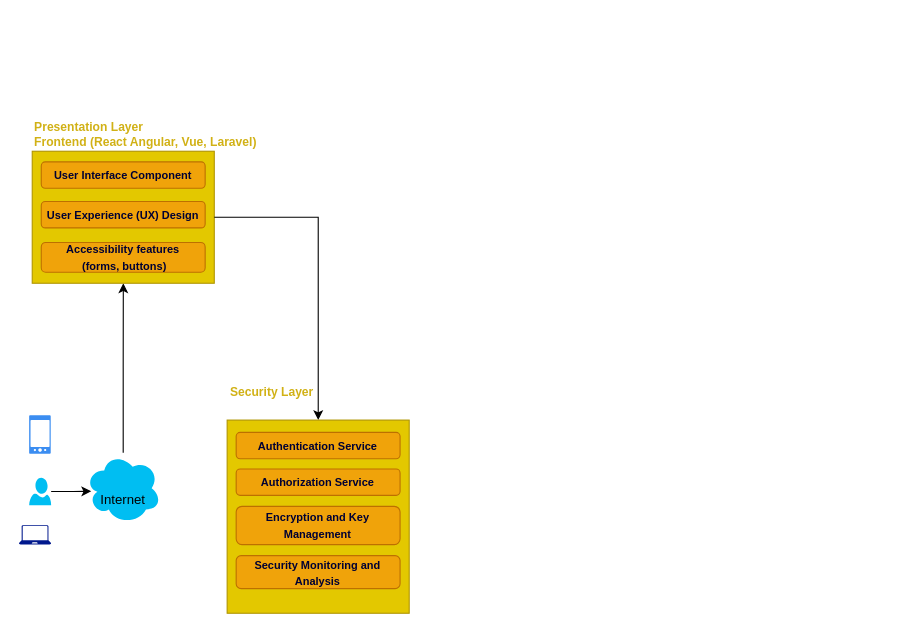
This is IMS.drawio from dabiko/draw-io, a draw.io file, before an edit. Source tidied: cells renumbered, new cells numbered last; positions are measured from the earlier drawing's top-left corner, leaving out a move shared by most shapes. Both pictures are drawn from the tidied source at 110%, with x=0, y=0 at pixel (19, 118).
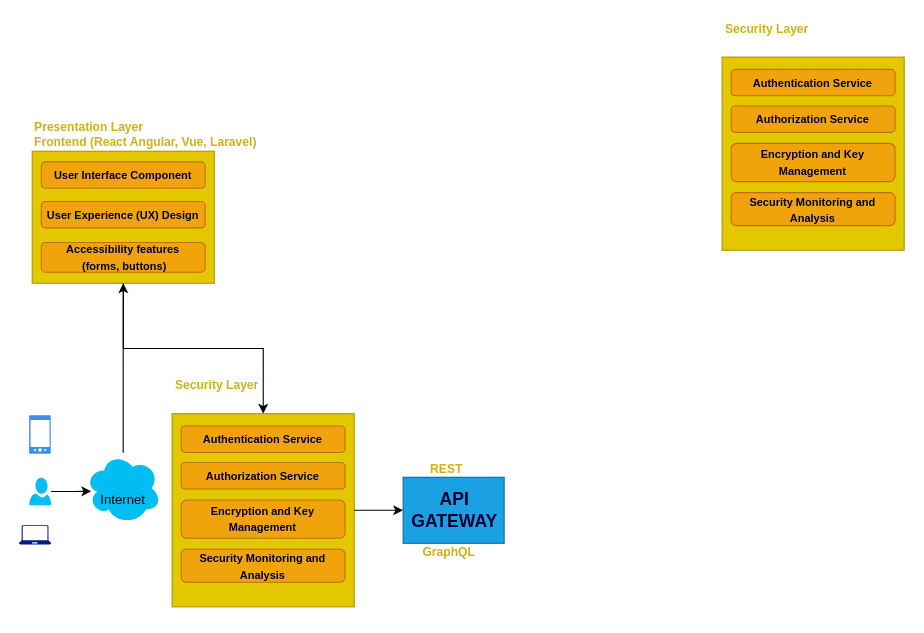
After the change.

Commit message:
API gateway

The change refers to these unchanged cells:
```xml
<mxCell id="17" style="whiteSpace=wrap;html=1;verticalAlign=top;fillColor=#e3c800;strokeColor=#B09500;fontColor=#000000;" parent="16" vertex="1">
  <mxGeometry y="34.4" width="165.5" height="175.6" as="geometry" />
</mxCell>
```

What changed in the source:
```diff
@@
     <mxCell id="16" style="group;" parent="1" vertex="1">
-      <mxGeometry x="189" y="240" width="165.5" height="210" as="geometry" />
+      <mxGeometry x="139" y="234.2" width="165.5" height="210" as="geometry" />
     </mxCell>
@@
+    <mxCell id="23" style="whiteSpace=wrap;html=1;verticalAlign=top;fillColor=#e3c800;strokeColor=#B09500;fontColor=#000000;" parent="1" vertex="1">
+      <mxGeometry x="639" y="-55.6" width="165.5" height="175.6" as="geometry" />
+    </mxCell>
+    <mxCell id="24" value="&lt;font size=&quot;1&quot; color=&quot;#000033&quot;&gt;&lt;b style=&quot;&quot;&gt;Authentication Service&lt;/b&gt;&lt;/font&gt;" style="rounded=1;whiteSpace=wrap;html=1;fillColor=#f0a30a;fontColor=#000000;strokeColor=#BD7000;" parent="1" vertex="1">
+      <mxGeometry x="647.2" y="-44.4" width="149" height="24" as="geometry" />
+    </mxCell>
+    <mxCell id="25" value="&lt;font size=&quot;1&quot; color=&quot;#000033&quot;&gt;&lt;b style=&quot;&quot;&gt;Authorization Service&lt;/b&gt;&lt;/font&gt;" style="rounded=1;whiteSpace=wrap;html=1;fillColor=#f0a30a;fontColor=#000000;strokeColor=#BD7000;" parent="1" vertex="1">
+      <mxGeometry x="647.2" y="-11.2" width="149" height="24" as="geometry" />
+    </mxCell>
+    <mxCell id="26" value="&lt;b style=&quot;color: rgb(0, 0, 51);&quot;&gt;&lt;font style=&quot;font-size: 10px;&quot;&gt;Encryption and Key Management&lt;/font&gt;&lt;/b&gt;" style="rounded=1;whiteSpace=wrap;html=1;fillColor=#f0a30a;fontColor=#000000;strokeColor=#BD7000;" parent="1" vertex="1">
+      <mxGeometry x="647.2" y="22.8" width="149" height="34.8" as="geometry" />
+    </mxCell>
+    <mxCell id="27" value="&lt;font color=&quot;#000033&quot;&gt;&lt;span style=&quot;font-size: 10px;&quot;&gt;&lt;b&gt;Security Monitoring and Analysis&lt;/b&gt;&lt;/span&gt;&lt;/font&gt;" style="rounded=1;whiteSpace=wrap;html=1;fillColor=#f0a30a;fontColor=#000000;strokeColor=#BD7000;" parent="1" vertex="1">
+      <mxGeometry x="647.2" y="67.6" width="149" height="30" as="geometry" />
+    </mxCell>
+    <mxCell id="28" value="&lt;span style=&quot;color: rgb(209, 177, 21); font-weight: 700; text-wrap: nowrap; font-size: 11px;&quot;&gt;&lt;font style=&quot;font-size: 11px;&quot;&gt;Security Layer&lt;/font&gt;&lt;/span&gt;&lt;div style=&quot;color: rgb(209, 177, 21); font-weight: 700; text-wrap: nowrap; font-size: 11px;&quot;&gt;&lt;br&gt;&lt;/div&gt;" style="text;html=1;align=left;verticalAlign=middle;whiteSpace=wrap;rounded=0;" parent="1" vertex="1">
+      <mxGeometry x="639.5" y="-90" width="90" height="30" as="geometry" />
+    </mxCell>
+    <mxCell id="29" style="edgeStyle=orthogonalEdgeStyle;rounded=0;jettySize=auto;html=1;" parent="1" edge="1" source="17" target="31">
+      <mxGeometry relative="1" as="geometry" />
+    </mxCell>
+    <mxCell id="30" style="group;" parent="1" vertex="1">
+      <mxGeometry x="349" y="326.4" width="91.8" height="60" as="geometry" />
+    </mxCell>
+    <mxCell id="31" style="whiteSpace=wrap;html=1;verticalAlign=top;fillColor=#1ba1e2;strokeColor=#006EAF;fontColor=#ffffff;" parent="30" vertex="1">
+      <mxGeometry width="91.8" height="60" as="geometry" />
+    </mxCell>
+    <mxCell id="32" value="&lt;div style=&quot;font-weight: 700; text-wrap: nowrap; font-size: 16px;&quot;&gt;&lt;font style=&quot;font-size: 16px;&quot; color=&quot;#000033&quot;&gt;API &lt;br&gt;GATEWAY&lt;/font&gt;&lt;/div&gt;" style="text;html=1;align=center;verticalAlign=middle;whiteSpace=wrap;rounded=0;" parent="30" vertex="1">
+      <mxGeometry x="1.8" y="15" width="90" height="30" as="geometry" />
+    </mxCell>
+    <mxCell id="33" value="&lt;div style=&quot;color: rgb(209, 177, 21); font-weight: 700; text-wrap: nowrap; font-size: 11px;&quot;&gt;REST&lt;/div&gt;" style="text;html=1;align=left;verticalAlign=middle;whiteSpace=wrap;rounded=0;" parent="1" vertex="1">
+      <mxGeometry x="372" y="309" width="40" height="20" as="geometry" />
+    </mxCell>
+    <mxCell id="34" value="&lt;div style=&quot;color: rgb(209, 177, 21); font-weight: 700; text-wrap: nowrap; font-size: 11px;&quot;&gt;GraphQL&lt;/div&gt;" style="text;html=1;align=left;verticalAlign=middle;whiteSpace=wrap;rounded=0;" parent="1" vertex="1">
+      <mxGeometry x="365" y="384" width="60" height="20" as="geometry" />
+    </mxCell>
```
